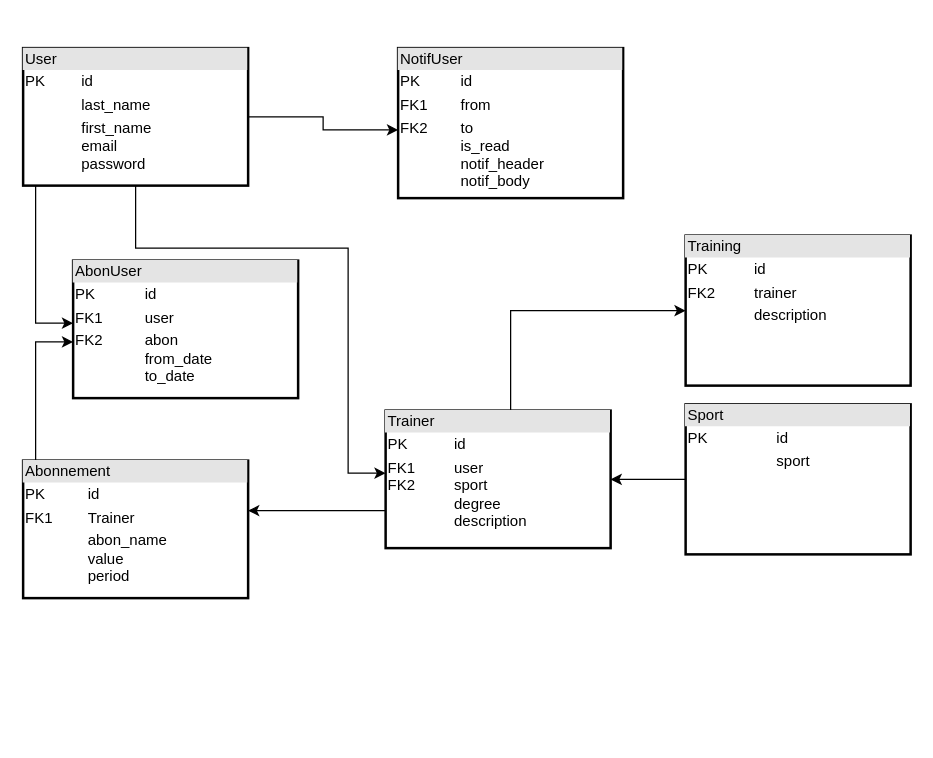
Earlier version of the draw.io diagram uml_trainng.drawio (lekarus/Training). Source tidied: cells renumbered, new cells numbered last; positions are measured from the earlier drawing's top-left corner, leaving out a move shared by most shapes. Both pictures are drawn from the tidied source at 125%, with x=0, y=0 at pixel (22, 48).
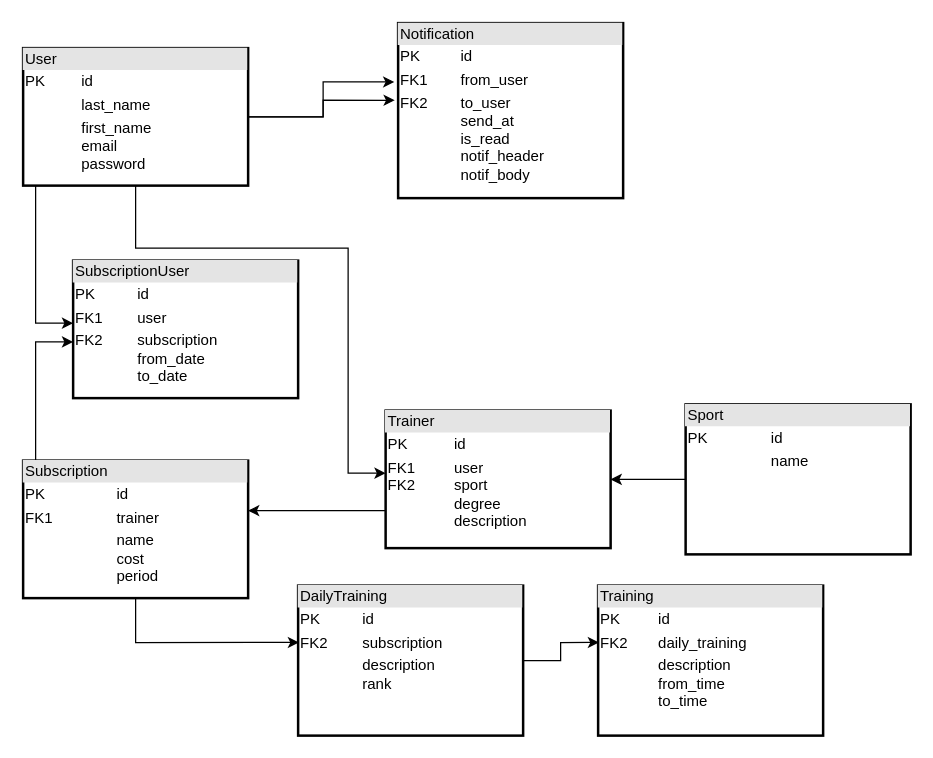
After the change.

Commit message (it also covers changes not shown here):
create new functional for subscription and trainings

The change refers to these unchanged cells:
```xml
<mxCell id="5" value="&lt;div style=&quot;box-sizing:border-box;width:100%;background:#e4e4e4;padding:2px;&quot;&gt;User&lt;/div&gt;&lt;table style=&quot;width:100%;font-size:1em;&quot; cellpadding=&quot;2&quot; cellspacing=&quot;0&quot;&gt;&lt;tbody&gt;&lt;tr&gt;&lt;td&gt;PK&lt;/td&gt;&lt;td&gt;id&lt;/td&gt;&lt;/tr&gt;&lt;tr&gt;&lt;td&gt;&lt;br&gt;&lt;/td&gt;&lt;td&gt;last_name&lt;/td&gt;&lt;/tr&gt;&lt;tr&gt;&lt;td&gt;&lt;/td&gt;&lt;td&gt;first_name&lt;br&gt;email&lt;br&gt;password&lt;br&gt;&lt;br&gt;&lt;/td&gt;&lt;/tr&gt;&lt;/tbody&gt;&lt;/table&gt;" style="verticalAlign=top;align=left;overflow=fill;html=1;strokeWidth=2;" parent="1" vertex="1">
  <mxGeometry width="180" height="110" as="geometry" />
</mxCell>
<mxCell id="14" value="&lt;div style=&quot;box-sizing:border-box;width:100%;background:#e4e4e4;padding:2px;&quot;&gt;Trainer&lt;/div&gt;&lt;table style=&quot;width:100%;font-size:1em;&quot; cellpadding=&quot;2&quot; cellspacing=&quot;0&quot;&gt;&lt;tbody&gt;&lt;tr&gt;&lt;td&gt;PK&lt;/td&gt;&lt;td&gt;id&lt;/td&gt;&lt;/tr&gt;&lt;tr&gt;&lt;td&gt;FK1&lt;br&gt;FK2&lt;br&gt;&lt;br&gt;&lt;br&gt;&lt;br&gt;&lt;/td&gt;&lt;td&gt;user&lt;br&gt;sport&lt;br&gt;degree&lt;br&gt;description&lt;br&gt;&lt;br&gt;&lt;/td&gt;&lt;/tr&gt;&lt;/tbody&gt;&lt;/table&gt;" style="verticalAlign=top;align=left;overflow=fill;html=1;strokeWidth=2;" parent="1" vertex="1">
  <mxGeometry x="290" y="290" width="180" height="110" as="geometry" />
</mxCell>
```

The edit, as a diff of the source:
```diff
@@
-    <mxCell id="4" style="edgeStyle=orthogonalEdgeStyle;rounded=0;jettySize=auto;html=1;entryX=0;entryY=0.545;entryDx=0;entryDy=0;entryPerimeter=0;" parent="1" edge="1" source="5" target="15">
-      <mxGeometry relative="1" as="geometry" />
-    </mxCell>
+    <mxCell id="16" style="edgeStyle=orthogonalEdgeStyle;rounded=0;jettySize=auto;html=1;entryX=-0.017;entryY=0.336;entryDx=0;entryDy=0;entryPerimeter=0;" parent="1" edge="1" source="5" target="15">
+      <mxGeometry relative="1" as="geometry" />
+    </mxCell>
+    <mxCell id="17" style="edgeStyle=orthogonalEdgeStyle;rounded=0;jettySize=auto;html=1;entryX=-0.015;entryY=0.441;entryDx=0;entryDy=0;entryPerimeter=0;" parent="1" edge="1" source="5" target="15">
+      <mxGeometry relative="1" as="geometry" />
+    </mxCell>
@@
+    <mxCell id="18" style="edgeStyle=orthogonalEdgeStyle;rounded=0;jettySize=auto;html=1;entryX=0.004;entryY=0.379;entryDx=0;entryDy=0;entryPerimeter=0;" parent="1" edge="1" source="6" target="20">
+      <mxGeometry relative="1" as="geometry" />
+    </mxCell>
-    <mxCell id="6" value="&lt;div style=&quot;box-sizing:border-box;width:100%;background:#e4e4e4;padding:2px;&quot;&gt;Training&lt;/div&gt;&lt;table style=&quot;width:100%;font-size:1em;&quot; cellpadding=&quot;2&quot; cellspacing=&quot;0&quot;&gt;&lt;tbody&gt;&lt;tr&gt;&lt;td&gt;PK&lt;/td&gt;&lt;td&gt;id&lt;/td&gt;&lt;/tr&gt;&lt;tr&gt;&lt;td&gt;FK2&lt;br&gt;&lt;/td&gt;&lt;td&gt;trainer&lt;br&gt;&lt;/td&gt;&lt;/tr&gt;&lt;tr&gt;&lt;td&gt;&lt;br&gt;&lt;/td&gt;&lt;td&gt;description&lt;/td&gt;&lt;/tr&gt;&lt;/tbody&gt;&lt;/table&gt;" style="verticalAlign=top;align=left;overflow=fill;html=1;strokeWidth=2;" parent="1" vertex="1">
-      <mxGeometry x="530" y="150" width="180" height="120" as="geometry" />
+    <mxCell id="6" value="&lt;div style=&quot;box-sizing:border-box;width:100%;background:#e4e4e4;padding:2px;&quot;&gt;DailyTraining&lt;/div&gt;&lt;table style=&quot;width:100%;font-size:1em;&quot; cellpadding=&quot;2&quot; cellspacing=&quot;0&quot;&gt;&lt;tbody&gt;&lt;tr&gt;&lt;td&gt;PK&lt;/td&gt;&lt;td&gt;id&lt;/td&gt;&lt;/tr&gt;&lt;tr&gt;&lt;td&gt;FK2&lt;br&gt;&lt;/td&gt;&lt;td&gt;subscription&lt;br&gt;&lt;/td&gt;&lt;/tr&gt;&lt;tr&gt;&lt;td&gt;&lt;br&gt;&lt;/td&gt;&lt;td&gt;description&lt;br&gt;rank&lt;/td&gt;&lt;/tr&gt;&lt;/tbody&gt;&lt;/table&gt;" style="verticalAlign=top;align=left;overflow=fill;html=1;strokeWidth=2;" parent="1" vertex="1">
+      <mxGeometry x="220" y="430" width="180" height="120" as="geometry" />
     </mxCell>
@@
-    <mxCell id="8" value="&lt;div style=&quot;box-sizing:border-box;width:100%;background:#e4e4e4;padding:2px;&quot;&gt;Sport&lt;/div&gt;&lt;table style=&quot;width:100%;font-size:1em;&quot; cellpadding=&quot;2&quot; cellspacing=&quot;0&quot;&gt;&lt;tbody&gt;&lt;tr&gt;&lt;td&gt;PK&lt;/td&gt;&lt;td&gt;id&lt;/td&gt;&lt;/tr&gt;&lt;tr&gt;&lt;td&gt;&lt;br&gt;&lt;/td&gt;&lt;td&gt;sport&lt;/td&gt;&lt;/tr&gt;&lt;/tbody&gt;&lt;/table&gt;&lt;br&gt;" style="verticalAlign=top;align=left;overflow=fill;html=1;strokeWidth=2;" parent="1" vertex="1">
+    <mxCell id="8" value="&lt;div style=&quot;box-sizing:border-box;width:100%;background:#e4e4e4;padding:2px;&quot;&gt;Sport&lt;/div&gt;&lt;table style=&quot;width:100%;font-size:1em;&quot; cellpadding=&quot;2&quot; cellspacing=&quot;0&quot;&gt;&lt;tbody&gt;&lt;tr&gt;&lt;td&gt;PK&lt;/td&gt;&lt;td&gt;id&lt;/td&gt;&lt;/tr&gt;&lt;tr&gt;&lt;td&gt;&lt;br&gt;&lt;/td&gt;&lt;td&gt;name&lt;/td&gt;&lt;/tr&gt;&lt;/tbody&gt;&lt;/table&gt;" style="verticalAlign=top;align=left;overflow=fill;html=1;strokeWidth=2;" parent="1" vertex="1">
       <mxGeometry x="530" y="285" width="180" height="120" as="geometry" />
     </mxCell>
-    <mxCell id="9" value="&lt;div style=&quot;box-sizing:border-box;width:100%;background:#e4e4e4;padding:2px;&quot;&gt;AbonUser&lt;/div&gt;&lt;table style=&quot;width:100%;font-size:1em;&quot; cellpadding=&quot;2&quot; cellspacing=&quot;0&quot;&gt;&lt;tbody&gt;&lt;tr&gt;&lt;td&gt;PK&lt;/td&gt;&lt;td&gt;id&lt;/td&gt;&lt;/tr&gt;&lt;tr&gt;&lt;td&gt;FK1&lt;/td&gt;&lt;td&gt;user&lt;/td&gt;&lt;/tr&gt;&lt;tr&gt;&lt;td&gt;FK2&lt;br&gt;&lt;br&gt;&lt;br&gt;&lt;br&gt;&lt;/td&gt;&lt;td&gt;abon&lt;br&gt;from_date&lt;br&gt;to_date&lt;br&gt;&lt;br&gt;&lt;/td&gt;&lt;/tr&gt;&lt;/tbody&gt;&lt;/table&gt;" style="verticalAlign=top;align=left;overflow=fill;html=1;strokeWidth=2;" parent="1" vertex="1">
+    <mxCell id="9" value="&lt;div style=&quot;box-sizing:border-box;width:100%;background:#e4e4e4;padding:2px;&quot;&gt;SubscriptionUser&lt;/div&gt;&lt;table style=&quot;width:100%;font-size:1em;&quot; cellpadding=&quot;2&quot; cellspacing=&quot;0&quot;&gt;&lt;tbody&gt;&lt;tr&gt;&lt;td&gt;PK&lt;/td&gt;&lt;td&gt;id&lt;/td&gt;&lt;/tr&gt;&lt;tr&gt;&lt;td&gt;FK1&lt;/td&gt;&lt;td&gt;user&lt;/td&gt;&lt;/tr&gt;&lt;tr&gt;&lt;td&gt;FK2&lt;br&gt;&lt;br&gt;&lt;br&gt;&lt;br&gt;&lt;/td&gt;&lt;td&gt;subscription&lt;br&gt;from_date&lt;br&gt;to_date&lt;br&gt;&lt;br&gt;&lt;/td&gt;&lt;/tr&gt;&lt;/tbody&gt;&lt;/table&gt;" style="verticalAlign=top;align=left;overflow=fill;html=1;strokeWidth=2;" parent="1" vertex="1">
       <mxGeometry x="40" y="170" width="180" height="110" as="geometry" />
     </mxCell>
@@
+    <mxCell id="19" style="edgeStyle=orthogonalEdgeStyle;rounded=0;jettySize=auto;html=1;entryX=0.004;entryY=0.379;entryDx=0;entryDy=0;entryPerimeter=0;" parent="1" edge="1" source="11" target="6">
+      <mxGeometry relative="1" as="geometry">
+        <Array as="points">
+          <mxPoint x="90" y="475" />
+          <mxPoint x="220" y="475" />
+        </Array>
+      </mxGeometry>
+    </mxCell>
-    <mxCell id="11" value="&lt;div style=&quot;box-sizing:border-box;width:100%;background:#e4e4e4;padding:2px;&quot;&gt;Abonnement&lt;/div&gt;&lt;table style=&quot;width:100%;font-size:1em;&quot; cellpadding=&quot;2&quot; cellspacing=&quot;0&quot;&gt;&lt;tbody&gt;&lt;tr&gt;&lt;td&gt;PK&lt;/td&gt;&lt;td&gt;id&lt;/td&gt;&lt;/tr&gt;&lt;tr&gt;&lt;td&gt;FK1&lt;br&gt;&lt;/td&gt;&lt;td&gt;Trainer&lt;/td&gt;&lt;/tr&gt;&lt;tr&gt;&lt;td&gt;&lt;/td&gt;&lt;td&gt;abon_name&lt;br&gt;value&lt;br&gt;period&lt;/td&gt;&lt;/tr&gt;&lt;/tbody&gt;&lt;/table&gt;" style="verticalAlign=top;align=left;overflow=fill;html=1;strokeWidth=2;" parent="1" vertex="1">
+    <mxCell id="11" value="&lt;div style=&quot;box-sizing:border-box;width:100%;background:#e4e4e4;padding:2px;&quot;&gt;Subscription&lt;/div&gt;&lt;table style=&quot;width:100%;font-size:1em;&quot; cellpadding=&quot;2&quot; cellspacing=&quot;0&quot;&gt;&lt;tbody&gt;&lt;tr&gt;&lt;td&gt;PK&lt;/td&gt;&lt;td&gt;id&lt;/td&gt;&lt;/tr&gt;&lt;tr&gt;&lt;td&gt;FK1&lt;br&gt;&lt;/td&gt;&lt;td&gt;trainer&lt;/td&gt;&lt;/tr&gt;&lt;tr&gt;&lt;td&gt;&lt;/td&gt;&lt;td&gt;name&lt;br&gt;cost&lt;br&gt;period&lt;/td&gt;&lt;/tr&gt;&lt;/tbody&gt;&lt;/table&gt;" style="verticalAlign=top;align=left;overflow=fill;html=1;strokeWidth=2;" parent="1" vertex="1">
       <mxGeometry y="330" width="180" height="110" as="geometry" />
     </mxCell>
@@
-    <mxCell id="13" style="edgeStyle=orthogonalEdgeStyle;rounded=0;jettySize=auto;html=1;entryX=0;entryY=0.5;entryDx=0;entryDy=0;" parent="1" edge="1" source="14" target="6">
-      <mxGeometry relative="1" as="geometry">
-        <Array as="points">
-          <mxPoint x="390" y="210" />
-        </Array>
-      </mxGeometry>
-    </mxCell>
@@
-    <mxCell id="15" value="&lt;div style=&quot;box-sizing:border-box;width:100%;background:#e4e4e4;padding:2px;&quot;&gt;NotifUser&lt;/div&gt;&lt;table style=&quot;width:100%;font-size:1em;&quot; cellpadding=&quot;2&quot; cellspacing=&quot;0&quot;&gt;&lt;tbody&gt;&lt;tr&gt;&lt;td&gt;PK&lt;/td&gt;&lt;td&gt;id&lt;/td&gt;&lt;/tr&gt;&lt;tr&gt;&lt;td&gt;FK1&lt;/td&gt;&lt;td&gt;from&lt;/td&gt;&lt;/tr&gt;&lt;tr&gt;&lt;td&gt;FK2&lt;br&gt;&lt;br&gt;&lt;br&gt;&lt;br&gt;&lt;br&gt;&lt;/td&gt;&lt;td&gt;to&lt;br&gt;is_read&lt;br&gt;notif_header&lt;br&gt;notif_body&lt;br&gt;&lt;br&gt;&lt;/td&gt;&lt;/tr&gt;&lt;/tbody&gt;&lt;/table&gt;" style="verticalAlign=top;align=left;overflow=fill;html=1;strokeWidth=2;" parent="1" vertex="1">
-      <mxGeometry x="300" width="180" height="120" as="geometry" />
+    <mxCell id="15" value="&lt;div style=&quot;box-sizing:border-box;width:100%;background:#e4e4e4;padding:2px;&quot;&gt;Notification&lt;/div&gt;&lt;table style=&quot;width:100%;font-size:1em;&quot; cellpadding=&quot;2&quot; cellspacing=&quot;0&quot;&gt;&lt;tbody&gt;&lt;tr&gt;&lt;td&gt;PK&lt;/td&gt;&lt;td&gt;id&lt;/td&gt;&lt;/tr&gt;&lt;tr&gt;&lt;td&gt;FK1&lt;/td&gt;&lt;td&gt;from_user&lt;/td&gt;&lt;/tr&gt;&lt;tr&gt;&lt;td&gt;FK2&lt;br&gt;&lt;br&gt;&lt;br&gt;&lt;br&gt;&lt;br&gt;&lt;br&gt;&lt;/td&gt;&lt;td&gt;to_user&lt;br&gt;send_at&lt;br&gt;is_read&lt;br&gt;notif_header&lt;br&gt;notif_body&lt;br&gt;&lt;br&gt;&lt;/td&gt;&lt;/tr&gt;&lt;/tbody&gt;&lt;/table&gt;" style="verticalAlign=top;align=left;overflow=fill;html=1;strokeWidth=2;" parent="1" vertex="1">
+      <mxGeometry x="300" y="-20" width="180" height="140" as="geometry" />
     </mxCell>
+    <mxCell id="20" value="&lt;div style=&quot;box-sizing:border-box;width:100%;background:#e4e4e4;padding:2px;&quot;&gt;Training&lt;/div&gt;&lt;table style=&quot;width:100%;font-size:1em;&quot; cellpadding=&quot;2&quot; cellspacing=&quot;0&quot;&gt;&lt;tbody&gt;&lt;tr&gt;&lt;td&gt;PK&lt;/td&gt;&lt;td&gt;id&lt;/td&gt;&lt;/tr&gt;&lt;tr&gt;&lt;td&gt;FK2&lt;br&gt;&lt;/td&gt;&lt;td&gt;daily_training&lt;br&gt;&lt;/td&gt;&lt;/tr&gt;&lt;tr&gt;&lt;td&gt;&lt;br&gt;&lt;/td&gt;&lt;td&gt;description&lt;br&gt;from_time&lt;br&gt;to_time&lt;/td&gt;&lt;/tr&gt;&lt;/tbody&gt;&lt;/table&gt;" style="verticalAlign=top;align=left;overflow=fill;html=1;strokeWidth=2;" parent="1" vertex="1">
+      <mxGeometry x="460" y="430" width="180" height="120" as="geometry" />
+    </mxCell>
```
